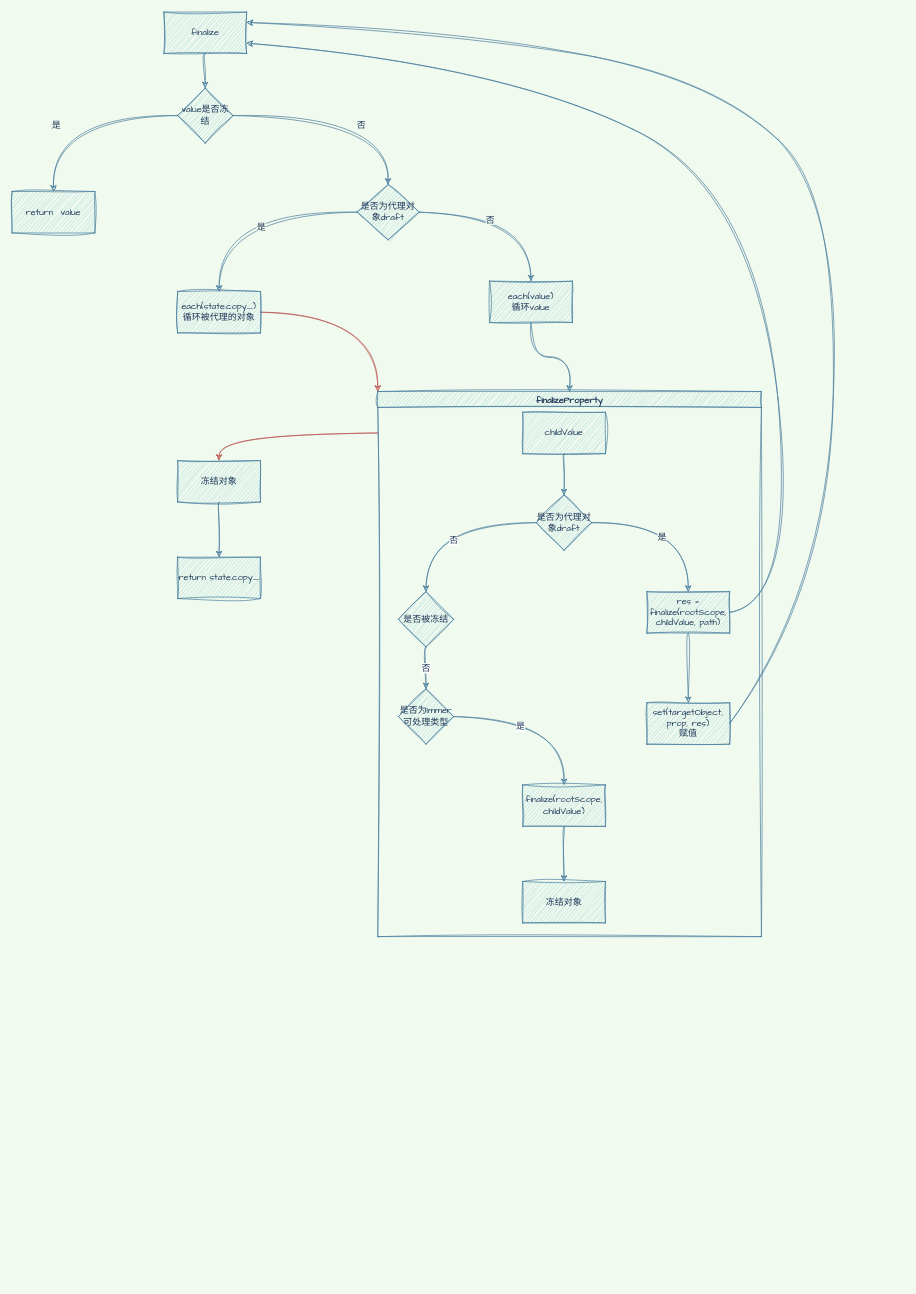
This is page "proxy数据反转逻辑" (1 of 2) of Immer.drawio from YMBo/DRAWIO, a draw.io file, before an edit. Source tidied: cells renumbered, new cells numbered last; positions are measured from the earlier drawing's top-left corner, leaving out a move shared by most shapes. Both pictures are drawn from the tidied source at 69%, with x=0, y=0 at pixel (12, 12).
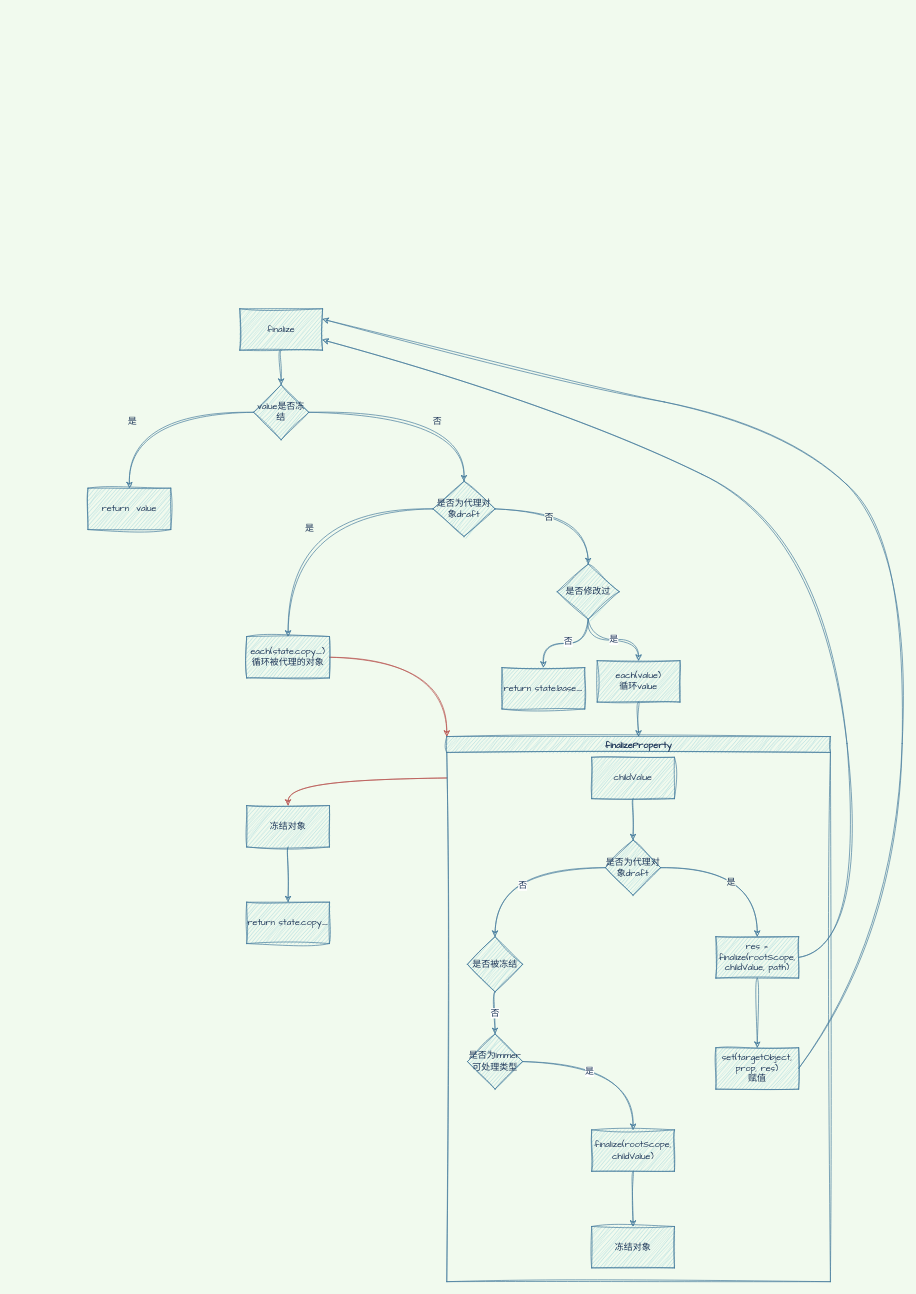
The same page after the edit.

Unchanged cells that the change refers to:
```xml
<mxCell id="25" value="res = finalize(rootScope, childValue, path)" style="whiteSpace=wrap;html=1;fontFamily=Architects Daughter;fillColor=#A8DADC;strokeColor=#457B9D;fontColor=#1D3557;sketch=1;hachureGap=4;jiggle=2;fontSize=13;rounded=0;" parent="23" vertex="1">
  <mxGeometry x="390" y="290" width="120" height="60" as="geometry" />
</mxCell>
<mxCell id="28" value="set(targetObject, prop, res)&lt;br&gt;赋值" style="whiteSpace=wrap;html=1;fontFamily=Architects Daughter;fillColor=#A8DADC;strokeColor=#457B9D;fontColor=#1D3557;sketch=1;hachureGap=4;jiggle=2;fontSize=13;rounded=0;" parent="23" vertex="1">
  <mxGeometry x="390" y="451" width="120" height="60" as="geometry" />
</mxCell>
```

Change to the diagram source:
```diff
@@
     <mxCell id="3" value="finalize" style="rounded=0;whiteSpace=wrap;html=1;hachureGap=4;jiggle=2;fontFamily=Architects Daughter;fontSize=13;sketch=1;fillColor=#A8DADC;strokeColor=#457B9D;fontColor=#1D3557;" parent="1" vertex="1">
-      <mxGeometry x="220" width="120" height="60" as="geometry" />
+      <mxGeometry x="330" y="430" width="120" height="60" as="geometry" />
     </mxCell>
@@
     <mxCell id="8" value="value是否冻结" style="rhombus;whiteSpace=wrap;html=1;hachureGap=4;jiggle=2;strokeColor=#457B9D;fontFamily=Architects Daughter;fontSize=13;fontColor=#1D3557;fillColor=#A8DADC;rounded=0;sketch=1;" parent="1" vertex="1">
-      <mxGeometry x="240" y="110" width="80" height="80" as="geometry" />
+      <mxGeometry x="350" y="540" width="80" height="80" as="geometry" />
     </mxCell>
     <mxCell id="9" value="return&amp;nbsp; value" style="whiteSpace=wrap;html=1;fontSize=13;fontFamily=Architects Daughter;fillColor=#A8DADC;strokeColor=#457B9D;fontColor=#1D3557;hachureGap=4;jiggle=2;rounded=0;sketch=1;" parent="1" vertex="1">
-      <mxGeometry y="260" width="120" height="60" as="geometry" />
+      <mxGeometry x="110" y="690" width="120" height="60" as="geometry" />
     </mxCell>
-    <mxCell id="10" style="edgeStyle=orthogonalEdgeStyle;rounded=0;sketch=1;hachureGap=4;jiggle=2;jettySize=auto;html=1;strokeColor=#457B9D;fontFamily=Architects Daughter;fontSize=13;fontColor=#1D3557;fillColor=#A8DADC;labelBackgroundColor=#F1FAEE;curved=1;" parent="1" edge="1" source="14" target="16">
+    <mxCell id="10" style="edgeStyle=orthogonalEdgeStyle;rounded=0;sketch=1;hachureGap=4;jiggle=2;jettySize=auto;html=1;strokeColor=#457B9D;fontFamily=Architects Daughter;fontSize=13;fontColor=#1D3557;fillColor=#A8DADC;labelBackgroundColor=#F1FAEE;curved=1;entryX=0.5;entryY=0;entryDx=0;entryDy=0;" parent="1" edge="1" source="14" target="48">
       <mxGeometry relative="1" as="geometry" />
     </mxCell>
@@
     <mxCell id="14" value="是否为代理对象draft" style="rhombus;whiteSpace=wrap;html=1;sketch=1;hachureGap=4;jiggle=2;fontFamily=Architects Daughter;fontSize=13;fillColor=#A8DADC;strokeColor=#457B9D;fontColor=#1D3557;rounded=0;" parent="1" vertex="1">
-      <mxGeometry x="500" y="250" width="90" height="80" as="geometry" />
+      <mxGeometry x="610" y="680" width="90" height="80" as="geometry" />
     </mxCell>
@@
     <mxCell id="16" value="each(value)&lt;br style=&quot;font-size: 13px;&quot;&gt;循环value" style="whiteSpace=wrap;html=1;fontSize=13;fontFamily=Architects Daughter;fillColor=#A8DADC;strokeColor=#457B9D;fontColor=#1D3557;sketch=1;hachureGap=4;jiggle=2;rounded=0;" parent="1" vertex="1">
-      <mxGeometry x="692" y="390" width="120" height="60" as="geometry" />
+      <mxGeometry x="848" y="940" width="120" height="60" as="geometry" />
     </mxCell>
@@
     <mxCell id="18" value="each(state.copy_)&lt;br&gt;循环被代理的对象" style="whiteSpace=wrap;html=1;fontSize=13;fontFamily=Architects Daughter;fillColor=#A8DADC;strokeColor=#457B9D;fontColor=#1D3557;sketch=1;hachureGap=4;jiggle=2;rounded=0;" parent="1" vertex="1">
-      <mxGeometry x="240" y="405" width="120" height="60" as="geometry" />
+      <mxGeometry x="340" y="905" width="120" height="60" as="geometry" />
     </mxCell>
     <mxCell id="19" style="edgeStyle=orthogonalEdgeStyle;curved=1;rounded=0;sketch=1;hachureGap=4;jiggle=2;jettySize=auto;html=1;strokeColor=#b85450;fontFamily=Architects Daughter;fontSize=13;fontColor=#1D3557;fillColor=#f8cecc;" parent="1" edge="1" target="21">
       <mxGeometry relative="1" as="geometry">
-        <mxPoint x="530" y="610" as="sourcePoint" />
+        <mxPoint x="630" y="1110" as="sourcePoint" />
       </mxGeometry>
     </mxCell>
@@
     <mxCell id="21" value="冻结对象" style="whiteSpace=wrap;html=1;fontSize=13;fontFamily=Architects Daughter;fillColor=#A8DADC;strokeColor=#457B9D;fontColor=#1D3557;sketch=1;hachureGap=4;jiggle=2;rounded=0;" parent="1" vertex="1">
-      <mxGeometry x="240" y="650" width="120" height="60" as="geometry" />
+      <mxGeometry x="340" y="1150" width="120" height="60" as="geometry" />
     </mxCell>
     <mxCell id="22" value="return state.copy_" style="whiteSpace=wrap;html=1;fontSize=13;fontFamily=Architects Daughter;fillColor=#A8DADC;strokeColor=#457B9D;fontColor=#1D3557;sketch=1;hachureGap=4;jiggle=2;rounded=0;" parent="1" vertex="1">
-      <mxGeometry x="240" y="790" width="120" height="60" as="geometry" />
+      <mxGeometry x="340" y="1290" width="120" height="60" as="geometry" />
     </mxCell>
     <mxCell id="23" value="finalizeProperty" style="swimlane;sketch=1;hachureGap=4;jiggle=2;strokeColor=#457B9D;fontFamily=Architects Daughter;fontSize=13;fontColor=#1D3557;fillColor=#A8DADC;rounded=0;" parent="1" vertex="1">
-      <mxGeometry x="530" y="550" width="556" height="790" as="geometry" />
+      <mxGeometry x="630" y="1050" width="556" height="790" as="geometry" />
     </mxCell>
@@
     <mxCell id="42" value="&lt;div style=&quot;background-color: rgb(30, 30, 30); line-height: 18px; font-size: 12px; font-family: Menlo, Monaco, &amp;quot;Courier New&amp;quot;, monospace; color: rgb(212, 212, 212);&quot;&gt;&lt;br&gt;&lt;/div&gt;" style="text;html=1;align=center;verticalAlign=middle;strokeColor=none;fillColor=none;fontSize=13;fontFamily=Architects Daughter;fontColor=#1D3557;sketch=1;hachureGap=4;jiggle=2;rounded=0;" parent="1" vertex="1">
-      <mxGeometry x="210" y="1095" width="20" height="30" as="geometry" />
+      <mxGeometry x="310" y="1595" width="20" height="30" as="geometry" />
     </mxCell>
     <mxCell id="43" style="endArrow=classic;html=1;rounded=0;sketch=1;hachureGap=4;jiggle=2;strokeColor=#457B9D;fontFamily=Architects Daughter;fontSize=13;fontColor=#1D3557;fillColor=#A8DADC;curved=1;entryX=1;entryY=0.75;entryDx=0;entryDy=0;exitX=1;exitY=0.5;exitDx=0;exitDy=0;" parent="1" edge="1" source="25" target="3">
       <mxGeometry relative="1" as="geometry">
         <Array as="points">
-          <mxPoint x="1140" y="860" />
-          <mxPoint x="1080" y="260" />
-          <mxPoint x="720" y="80" />
+          <mxPoint x="1240" y="1360" />
+          <mxPoint x="1180" y="760" />
+          <mxPoint x="820" y="580" />
         </Array>
       </mxGeometry>
     </mxCell>
     <mxCell id="44" style="endArrow=classic;html=1;rounded=0;sketch=1;hachureGap=4;jiggle=2;strokeColor=#457B9D;fontFamily=Architects Daughter;fontSize=13;fontColor=#1D3557;fillColor=#A8DADC;curved=1;entryX=1;entryY=0.25;entryDx=0;entryDy=0;exitX=1;exitY=0.5;exitDx=0;exitDy=0;" parent="1" edge="1" source="28" target="3">
       <mxGeometry relative="1" as="geometry">
         <Array as="points">
-          <mxPoint x="1180" y="850" />
-          <mxPoint x="1200" y="270" />
-          <mxPoint x="1020" y="100" />
-          <mxPoint x="670" y="30" />
+          <mxPoint x="1280" y="1350" />
+          <mxPoint x="1300" y="770" />
+          <mxPoint x="1120" y="600" />
+          <mxPoint x="770" y="530" />
         </Array>
       </mxGeometry>
     </mxCell>
+    <mxCell id="45" value="是" style="edgeStyle=orthogonalEdgeStyle;curved=1;sketch=1;hachureGap=4;jiggle=2;jettySize=auto;html=1;entryX=0.5;entryY=0;entryDx=0;entryDy=0;strokeColor=#457B9D;fontFamily=Architects Daughter;fontSize=13;fontColor=#1D3557;fillColor=#A8DADC;" parent="1" edge="1" source="48" target="16">
+      <mxGeometry relative="1" as="geometry" />
+    </mxCell>
+    <mxCell id="46" style="edgeStyle=orthogonalEdgeStyle;curved=1;sketch=1;hachureGap=4;jiggle=2;jettySize=auto;html=1;strokeColor=#457B9D;fontFamily=Architects Daughter;fontSize=13;fontColor=#1D3557;fillColor=#A8DADC;" parent="1" edge="1" source="48" target="49">
+      <mxGeometry relative="1" as="geometry" />
+    </mxCell>
+    <mxCell id="47" value="否" style="edgeLabel;html=1;align=center;verticalAlign=middle;fontSize=13;fontFamily=Architects Daughter;fontColor=#1D3557;" parent="46" vertex="1">
+      <mxGeometry x="-0.03" y="-3" relative="1" as="geometry" />
+    </mxCell>
+    <mxCell id="48" value="是否修改过" style="rhombus;whiteSpace=wrap;html=1;sketch=1;hachureGap=4;jiggle=2;fontFamily=Architects Daughter;fontSize=13;fillColor=#A8DADC;strokeColor=#457B9D;fontColor=#1D3557;rounded=0;" parent="1" vertex="1">
+      <mxGeometry x="790" y="800" width="90" height="80" as="geometry" />
+    </mxCell>
+    <mxCell id="49" value="return state.base_" style="whiteSpace=wrap;html=1;fontSize=13;fontFamily=Architects Daughter;fillColor=#A8DADC;strokeColor=#457B9D;fontColor=#1D3557;sketch=1;hachureGap=4;jiggle=2;rounded=0;" parent="1" vertex="1">
+      <mxGeometry x="710" y="950" width="120" height="60" as="geometry" />
+    </mxCell>
```
